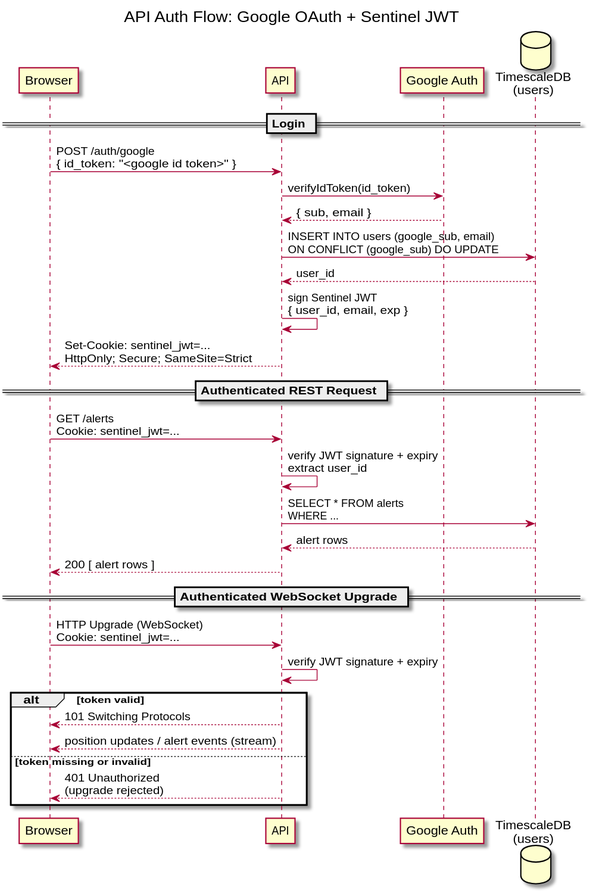
The PlantUML diagram diagrams/docs/implementation/phase-03-signal-loss-alert-delivery/concepts/api-scaffold/auth-flow.svg in Buffden/sentinel, before a commit. Source of this version:
```plantuml
@startuml auth-flow

title API Auth Flow: Google OAuth + Sentinel JWT

participant Browser
participant "API" as API
participant "Google Auth" as Google
database "TimescaleDB\n(users)" as DB

== Login ==

Browser -> API : POST /auth/google\n{ id_token: "<google id token>" }
API -> Google : verifyIdToken(id_token)
Google --> API : { sub, email }
API -> DB : INSERT INTO users (google_sub, email)\nON CONFLICT (google_sub) DO UPDATE
DB --> API : user_id
API -> API : sign Sentinel JWT\n{ user_id, email, exp }
API --> Browser : Set-Cookie: sentinel_jwt=...\nHttpOnly; Secure; SameSite=Strict

== Authenticated REST Request ==

Browser -> API : GET /alerts\nCookie: sentinel_jwt=...
API -> API : verify JWT signature + expiry\nextract user_id
API -> DB : SELECT * FROM alerts\nWHERE ...
DB --> API : alert rows
API --> Browser : 200 [ alert rows ]

== Authenticated WebSocket Upgrade ==

Browser -> API : HTTP Upgrade (WebSocket)\nCookie: sentinel_jwt=...
API -> API : verify JWT signature + expiry
alt token valid
    API --> Browser : 101 Switching Protocols
    API --> Browser : position updates / alert events (stream)
else token missing or invalid
    API --> Browser : 401 Unauthorized\n(upgrade rejected)
end

@enduml
```
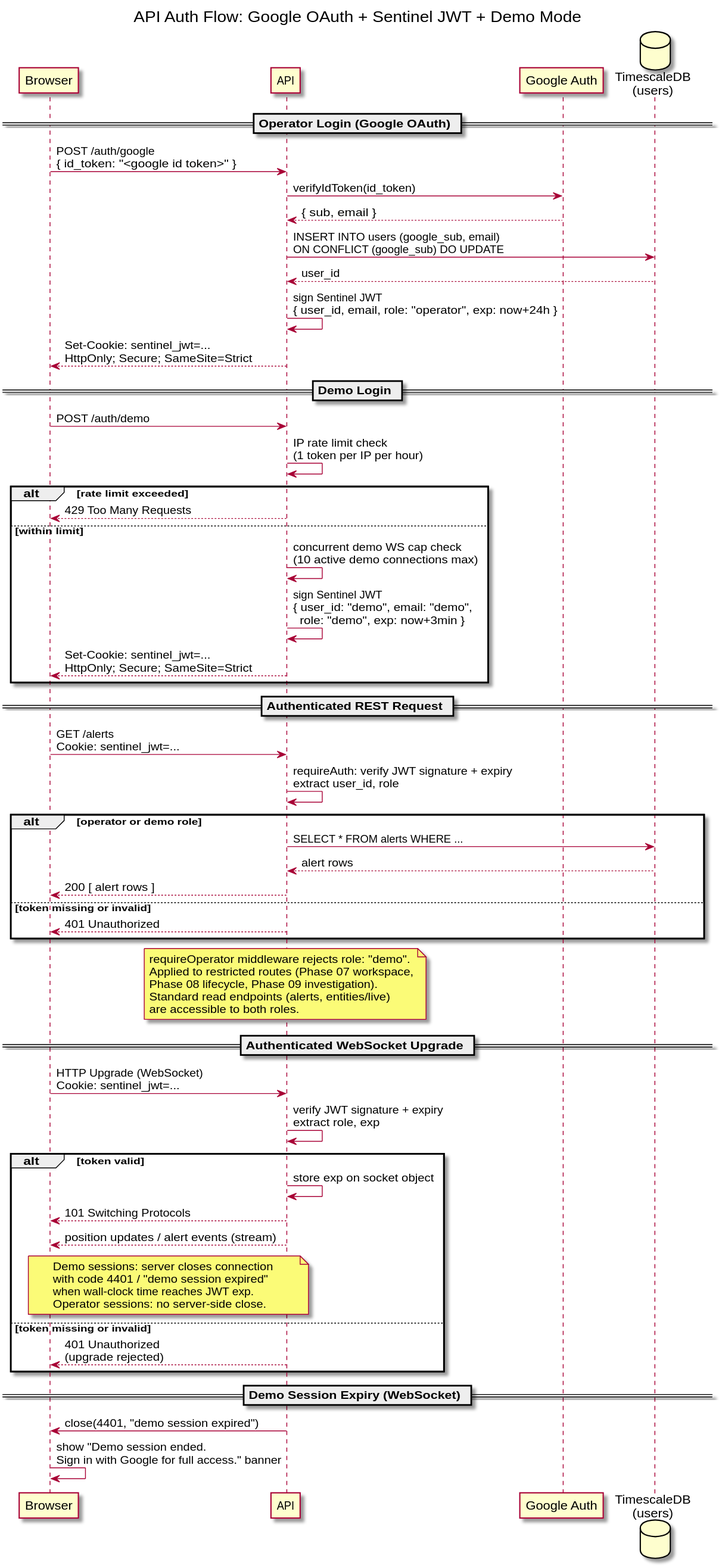
After the commit.

Commit message:
chore: auto-export diagrams [skip ci]

The edit, as a diff of the source:
```diff
@@ -1,39 +1,75 @@
 @startuml auth-flow
 
-title API Auth Flow: Google OAuth + Sentinel JWT
+title API Auth Flow: Google OAuth + Sentinel JWT + Demo Mode
 
 participant Browser
 participant "API" as API
 participant "Google Auth" as Google
 database "TimescaleDB\n(users)" as DB
 
-== Login ==
+== Operator Login (Google OAuth) ==
 
 Browser -> API : POST /auth/google\n{ id_token: "<google id token>" }
 API -> Google : verifyIdToken(id_token)
 Google --> API : { sub, email }
 API -> DB : INSERT INTO users (google_sub, email)\nON CONFLICT (google_sub) DO UPDATE
 DB --> API : user_id
-API -> API : sign Sentinel JWT\n{ user_id, email, exp }
+API -> API : sign Sentinel JWT\n{ user_id, email, role: "operator", exp: now+24h }
 API --> Browser : Set-Cookie: sentinel_jwt=...\nHttpOnly; Secure; SameSite=Strict
+
+== Demo Login ==
+
+Browser -> API : POST /auth/demo
+API -> API : IP rate limit check\n(1 token per IP per hour)
+alt rate limit exceeded
+    API --> Browser : 429 Too Many Requests
+else within limit
+    API -> API : concurrent demo WS cap check\n(10 active demo connections max)
+    API -> API : sign Sentinel JWT\n{ user_id: "demo", email: "demo",\n  role: "demo", exp: now+3min }
+    API --> Browser : Set-Cookie: sentinel_jwt=...\nHttpOnly; Secure; SameSite=Strict
+end
 
 == Authenticated REST Request ==
 
 Browser -> API : GET /alerts\nCookie: sentinel_jwt=...
-API -> API : verify JWT signature + expiry\nextract user_id
-API -> DB : SELECT * FROM alerts\nWHERE ...
-DB --> API : alert rows
-API --> Browser : 200 [ alert rows ]
+API -> API : requireAuth: verify JWT signature + expiry\nextract user_id, role
+alt operator or demo role
+    API -> DB : SELECT * FROM alerts WHERE ...
+    DB --> API : alert rows
+    API --> Browser : 200 [ alert rows ]
+else token missing or invalid
+    API --> Browser : 401 Unauthorized
+end
+
+note over API
+  requireOperator middleware rejects role: "demo".
+  Applied to restricted routes (Phase 07 workspace,
+  Phase 08 lifecycle, Phase 09 investigation).
+  Standard read endpoints (alerts, entities/live)
+  are accessible to both roles.
+end note
 
 == Authenticated WebSocket Upgrade ==
 
 Browser -> API : HTTP Upgrade (WebSocket)\nCookie: sentinel_jwt=...
-API -> API : verify JWT signature + expiry
+API -> API : verify JWT signature + expiry\nextract role, exp
 alt token valid
+    API -> API : store exp on socket object
     API --> Browser : 101 Switching Protocols
     API --> Browser : position updates / alert events (stream)
+    note over API, Browser
+      Demo sessions: server closes connection
+      with code 4401 / "demo session expired"
+      when wall-clock time reaches JWT exp.
+      Operator sessions: no server-side close.
+    end note
 else token missing or invalid
     API --> Browser : 401 Unauthorized\n(upgrade rejected)
 end
 
+== Demo Session Expiry (WebSocket) ==
+
+API -> Browser : close(4401, "demo session expired")
+Browser -> Browser : show "Demo session ended.\nSign in with Google for full access." banner
+
 @enduml
```
